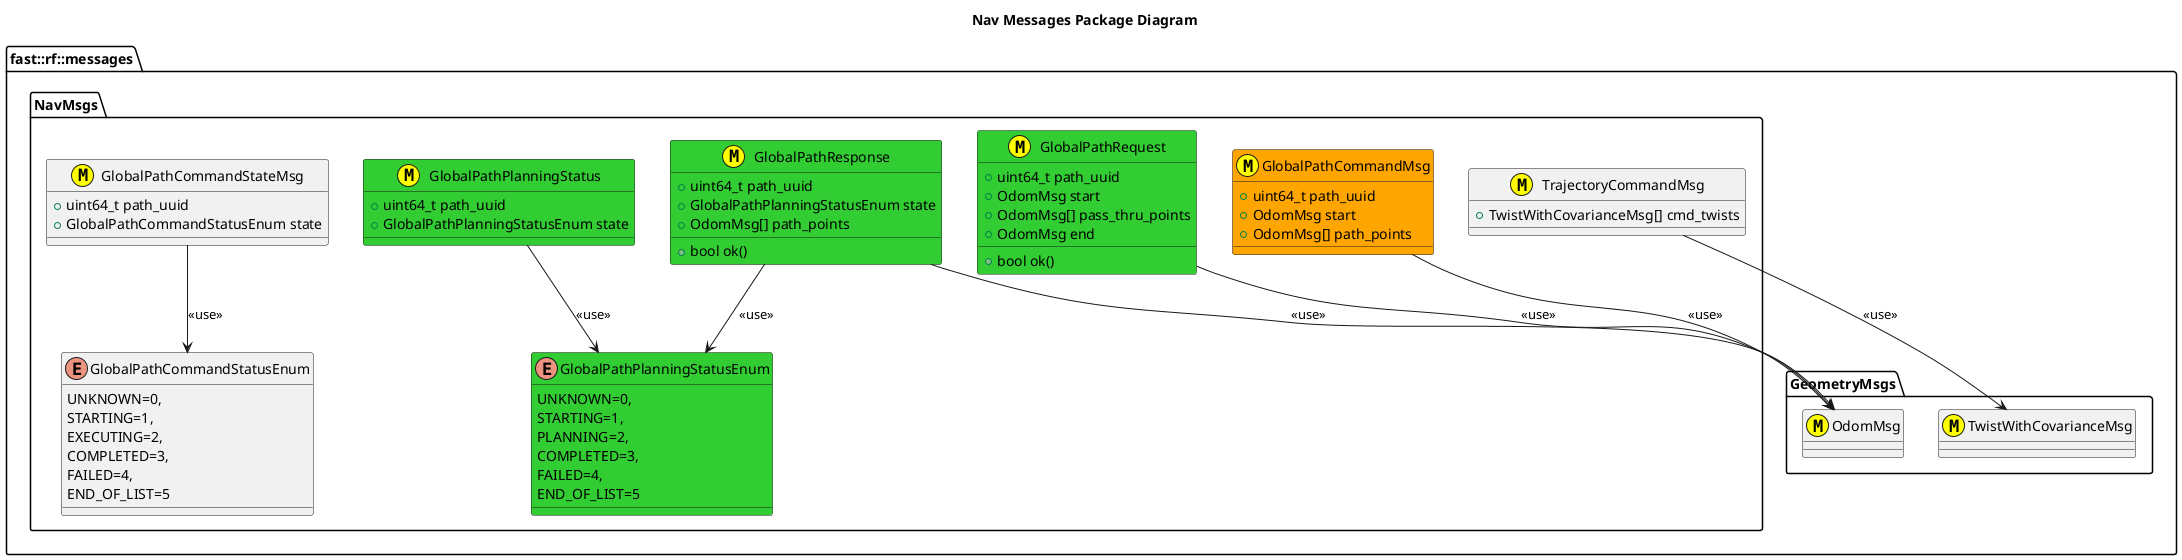
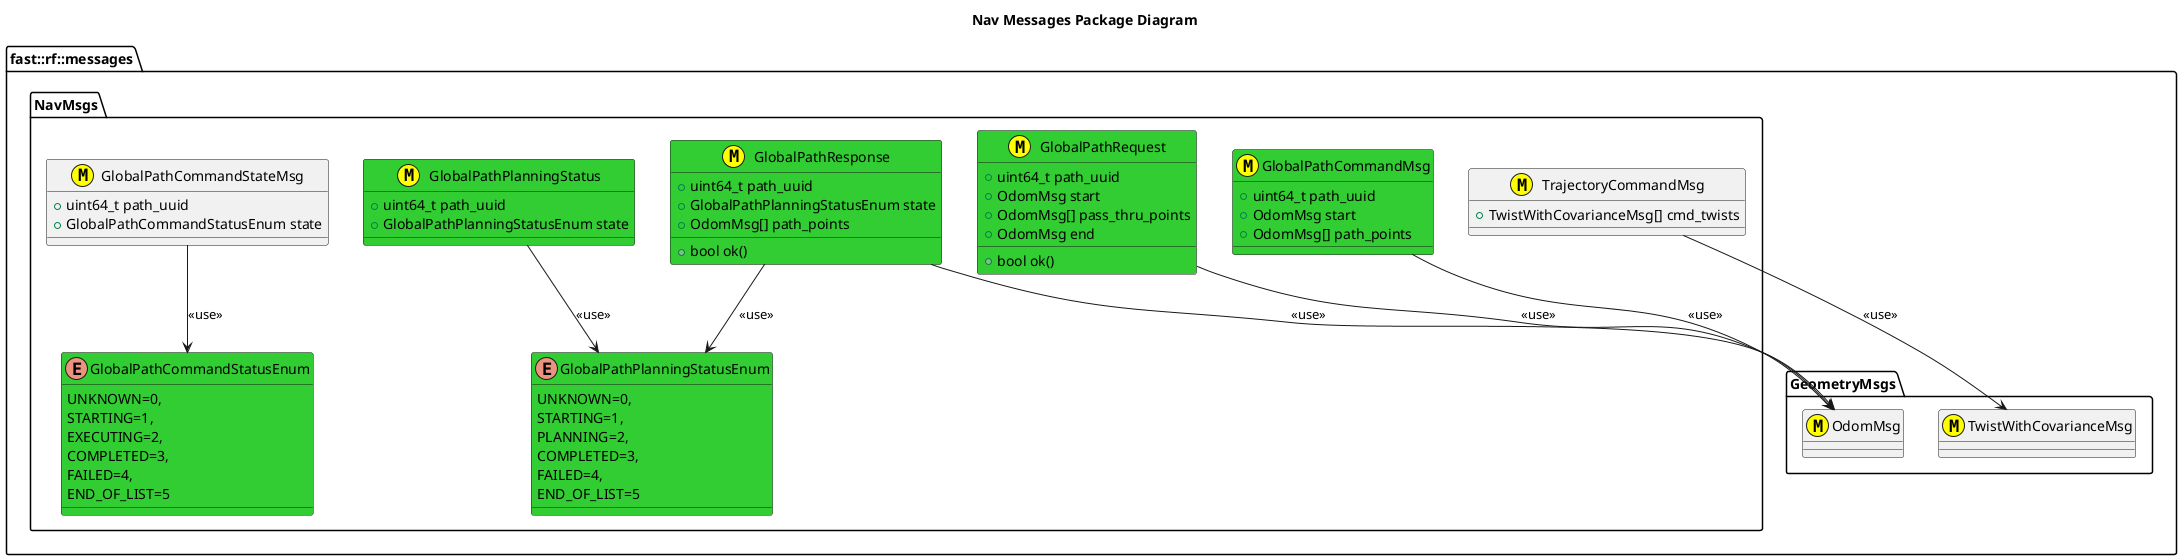
@startuml
title Nav Messages Package Diagram

namespace fast::rf::messages {
  namespace GeometryMsgs {
    class OdomMsg <<(M,#FFFF00)>>
    class TwistWithCovarianceMsg <<(M,#FFFF00)>>
  }
  namespace NavMsgs  {
    class GlobalPathRequest <<(M,#FFFF00)>> #LimeGreen {
      +uint64_t path_uuid
      +OdomMsg start
      +OdomMsg[] pass_thru_points
      +OdomMsg end
      +bool ok()

    }
    enum GlobalPathPlanningStatusEnum #LimeGreen
    {
      UNKNOWN=0,
      STARTING=1,
      PLANNING=2,
      COMPLETED=3,
      FAILED=4,
      END_OF_LIST=5

    }
    GlobalPathRequest --> OdomMsg: <<use>>
    class GlobalPathResponse <<(M,#FFFF00)>> #LimeGreen {
      +uint64_t path_uuid
      +GlobalPathPlanningStatusEnum state
      +OdomMsg[] path_points
      +bool ok()
    }
    GlobalPathResponse --> OdomMsg: <<use>>
    GlobalPathResponse --> GlobalPathPlanningStatusEnum: <<use>>
    class GlobalPathPlanningStatus <<(M,#FFFF00)>> #LimeGreen {
      +uint64_t path_uuid
      +GlobalPathPlanningStatusEnum state
    }
    GlobalPathPlanningStatus --> GlobalPathPlanningStatusEnum: <<use>>

-     class GlobalPathCommandMsg <<(M,#FFFF00)>> #Orange {
+     class GlobalPathCommandMsg <<(M,#FFFF00)>> #LimeGreen {
      +uint64_t path_uuid
      +OdomMsg start
      +OdomMsg[] path_points
    }
    GlobalPathCommandMsg --> OdomMsg: <<use>>
-     enum GlobalPathCommandStatusEnum
-     {
+     enum GlobalPathCommandStatusEnum #LimeGreen {
      UNKNOWN=0,
      STARTING=1,
      EXECUTING=2,
      COMPLETED=3,
      FAILED=4,
      END_OF_LIST=5

    }
    class GlobalPathCommandStateMsg <<(M,#FFFF00)>> {
      +uint64_t path_uuid
      +GlobalPathCommandStatusEnum state
    }
    GlobalPathCommandStateMsg --> GlobalPathCommandStatusEnum: <<use>>
    class TrajectoryCommandMsg <<(M,#FFFF00)>> {
      +TwistWithCovarianceMsg[] cmd_twists
    }
    TrajectoryCommandMsg --> TwistWithCovarianceMsg: <<use>>

  }
}
@enduml